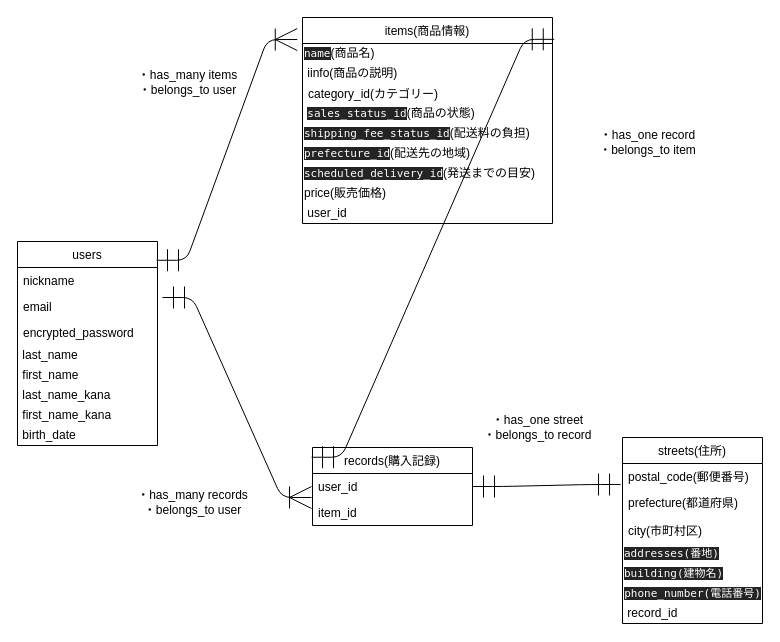
The draw.io diagram Draw.drawio in daikichi86/furima-28196, before the edit. Source tidied: cells renumbered, new cells numbered last; positions are measured from the earlier drawing's top-left corner, leaving out a move shared by most shapes. Both pictures are drawn from the tidied source at 100%, with x=0, y=0 at pixel (17, 17).
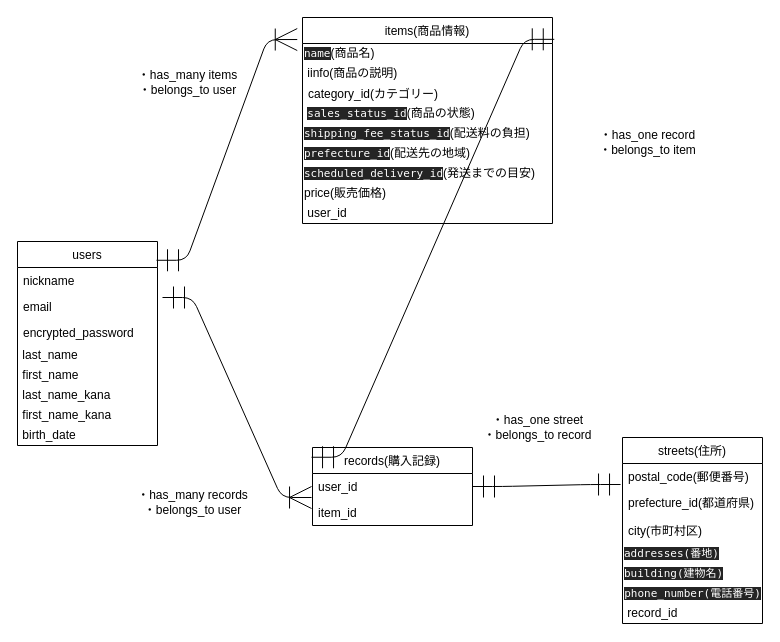
The same diagram, later.

Commit message (it also covers changes not shown here):
READMEファイル修正

The change refers to these unchanged cells:
```xml
<mxCell id="32" value="streets(住所)" style="swimlane;fontStyle=0;horizontal=1;startSize=26;fillColor=none;" parent="1" vertex="1">
  <mxGeometry x="605" y="420" width="140" height="186" as="geometry" />
</mxCell>
```

The edit, as a diff of the source:
```diff
@@
-    <mxCell id="34" value="prefecture(都道府県)" style="text;strokeColor=none;fillColor=none;align=left;verticalAlign=top;spacingLeft=4;spacingRight=4;overflow=hidden;" parent="32" vertex="1">
+    <mxCell id="34" value="prefecture_id(都道府県)" style="text;strokeColor=none;fillColor=none;align=left;verticalAlign=top;spacingLeft=4;spacingRight=4;overflow=hidden;" parent="32" vertex="1">
       <mxGeometry y="52" width="140" height="28" as="geometry" />
     </mxCell>
```
